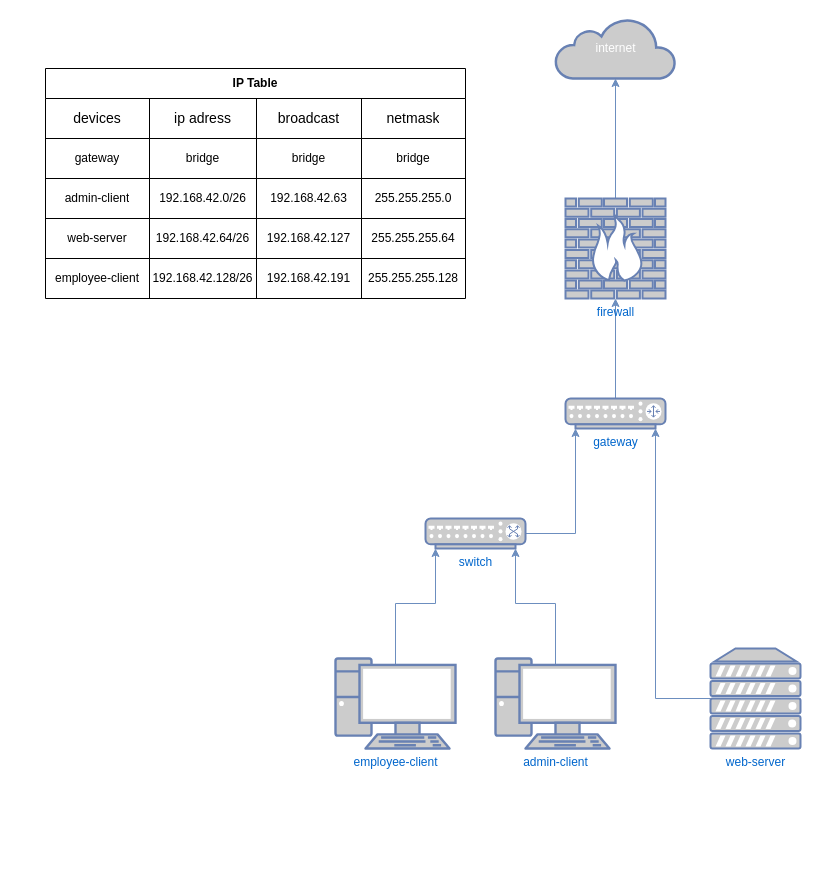
This is youShallNotPass.drawio from LouisRochotte/you_shall_not_pass, a draw.io file, before an edit. Source tidied: cells renumbered, new cells numbered last; positions are measured from the earlier drawing's top-left corner, leaving out a move shared by most shapes. Both pictures are drawn from the tidied source at 100%, with x=0, y=0 at pixel (45, 18).
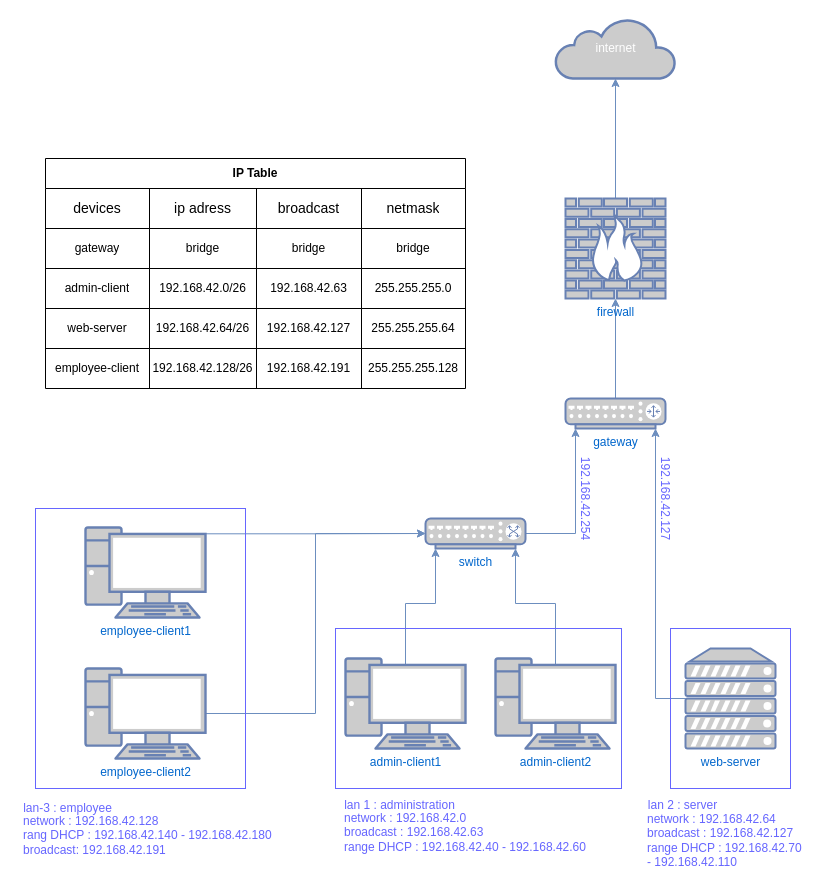
After the change.

Commit message:
màj 1.1 config réseau

Unchanged cells that the change refers to:
```xml
<mxCell id="6" value="switch" style="fontColor=#0066CC;verticalAlign=top;verticalLabelPosition=bottom;labelPosition=center;align=center;html=1;outlineConnect=0;fillColor=#CCCCCC;strokeColor=#6881B3;gradientColor=none;gradientDirection=north;strokeWidth=2;shape=mxgraph.networks.switch;" parent="1" vertex="1">
  <mxGeometry x="380" y="500" width="100" height="30" as="geometry" />
</mxCell>
```

Change to the diagram source:
```diff
@@
-    <mxCell id="2" style="edgeStyle=orthogonalEdgeStyle;rounded=0;jettySize=auto;html=1;exitX=0.5;exitY=0.07;exitDx=0;exitDy=0;exitPerimeter=0;entryX=0.1;entryY=1;entryDx=0;entryDy=0;entryPerimeter=0;fillColor=#dae8fc;strokeColor=#6c8ebf;" parent="1" edge="1" source="3" target="6">
+    <mxCell id="2" style="edgeStyle=orthogonalEdgeStyle;rounded=0;jettySize=auto;html=1;exitX=0.5;exitY=0.07;exitDx=0;exitDy=0;exitPerimeter=0;entryX=0;entryY=0.5;entryDx=0;entryDy=0;entryPerimeter=0;fillColor=#dae8fc;strokeColor=#6c8ebf;" parent="1" edge="1" source="3" target="6">
       <mxGeometry relative="1" as="geometry" />
     </mxCell>
-    <mxCell id="3" value="employee-client&lt;br&gt;" style="fontColor=#0066CC;verticalAlign=top;verticalLabelPosition=bottom;labelPosition=center;align=center;html=1;outlineConnect=0;fillColor=#CCCCCC;strokeColor=#6881B3;gradientColor=none;gradientDirection=north;strokeWidth=2;shape=mxgraph.networks.pc;" parent="1" vertex="1">
-      <mxGeometry x="290" y="640" width="120" height="90" as="geometry" />
+    <mxCell id="3" value="employee-client1" style="fontColor=#0066CC;verticalAlign=top;verticalLabelPosition=bottom;labelPosition=center;align=center;html=1;outlineConnect=0;fillColor=#CCCCCC;strokeColor=#6881B3;gradientColor=none;gradientDirection=north;strokeWidth=2;shape=mxgraph.networks.pc;" parent="1" vertex="1">
+      <mxGeometry x="40" y="509" width="120" height="90" as="geometry" />
     </mxCell>
@@
-    <mxCell id="7" value="admin-client" style="fontColor=#0066CC;verticalAlign=top;verticalLabelPosition=bottom;labelPosition=center;align=center;html=1;outlineConnect=0;fillColor=#CCCCCC;strokeColor=#6881B3;gradientColor=none;gradientDirection=north;strokeWidth=2;shape=mxgraph.networks.pc;" parent="1" vertex="1">
+    <mxCell id="7" value="admin-client2" style="fontColor=#0066CC;verticalAlign=top;verticalLabelPosition=bottom;labelPosition=center;align=center;html=1;outlineConnect=0;fillColor=#CCCCCC;strokeColor=#6881B3;gradientColor=none;gradientDirection=north;strokeWidth=2;shape=mxgraph.networks.pc;" parent="1" vertex="1">
       <mxGeometry x="450" y="640" width="120" height="90" as="geometry" />
     </mxCell>
@@
     <mxCell id="9" value="web-server" style="fontColor=#0066CC;verticalAlign=top;verticalLabelPosition=bottom;labelPosition=center;align=center;html=1;outlineConnect=0;fillColor=#CCCCCC;strokeColor=#6881B3;gradientColor=none;gradientDirection=north;strokeWidth=2;shape=mxgraph.networks.server;" parent="1" vertex="1">
-      <mxGeometry x="665" y="630" width="90" height="100" as="geometry" />
+      <mxGeometry x="640" y="630" width="90" height="100" as="geometry" />
     </mxCell>
@@
+    <mxCell id="41" style="edgeStyle=orthogonalEdgeStyle;rounded=0;jettySize=auto;html=1;entryX=0;entryY=0.5;entryDx=0;entryDy=0;entryPerimeter=0;fillColor=#dae8fc;strokeColor=#6c8ebf;" parent="1" edge="1" source="42" target="6">
+      <mxGeometry relative="1" as="geometry" />
+    </mxCell>
+    <mxCell id="42" value="employee-client2" style="fontColor=#0066CC;verticalAlign=top;verticalLabelPosition=bottom;labelPosition=center;align=center;html=1;outlineConnect=0;fillColor=#CCCCCC;strokeColor=#6881B3;gradientColor=none;gradientDirection=north;strokeWidth=2;shape=mxgraph.networks.pc;" parent="1" vertex="1">
+      <mxGeometry x="40" y="650" width="120" height="90" as="geometry" />
+    </mxCell>
+    <mxCell id="43" style="edgeStyle=orthogonalEdgeStyle;rounded=0;jettySize=auto;html=1;entryX=0.1;entryY=1;entryDx=0;entryDy=0;entryPerimeter=0;exitX=0.5;exitY=0.07;exitDx=0;exitDy=0;exitPerimeter=0;fillColor=#dae8fc;strokeColor=#6c8ebf;" parent="1" edge="1" source="44" target="6">
+      <mxGeometry relative="1" as="geometry" />
+    </mxCell>
+    <mxCell id="44" value="admin-client1" style="fontColor=#0066CC;verticalAlign=top;verticalLabelPosition=bottom;labelPosition=center;align=center;html=1;outlineConnect=0;fillColor=#CCCCCC;strokeColor=#6881B3;gradientColor=none;gradientDirection=north;strokeWidth=2;shape=mxgraph.networks.pc;" parent="1" vertex="1">
+      <mxGeometry x="300" y="640" width="120" height="90" as="geometry" />
+    </mxCell>
+    <mxCell id="45" style="rounded=0;whiteSpace=wrap;html=1;fillColor=none;strokeColor=#6666FF;" parent="1" vertex="1">
+      <mxGeometry x="-10" y="490" width="210" height="280" as="geometry" />
+    </mxCell>
+    <mxCell id="46" value="&lt;font color=&quot;#6666ff&quot;&gt;lan-3 : employee&lt;br&gt;&lt;/font&gt;" style="text;html=1;align=center;verticalAlign=middle;" parent="1" vertex="1">
+      <mxGeometry x="-28" y="780" width="100" height="20" as="geometry" />
+    </mxCell>
+    <mxCell id="47" style="rounded=0;whiteSpace=wrap;html=1;fillColor=none;strokeColor=#6666FF;" parent="1" vertex="1">
+      <mxGeometry x="290" y="610" width="286" height="160" as="geometry" />
+    </mxCell>
+    <mxCell id="48" value="&lt;font color=&quot;#6666ff&quot;&gt;lan 1 : administration&lt;/font&gt;" style="text;html=1;align=center;verticalAlign=middle;" parent="1" vertex="1">
+      <mxGeometry x="289" y="777" width="130" height="20" as="geometry" />
+    </mxCell>
+    <mxCell id="49" style="rounded=0;whiteSpace=wrap;html=1;fillColor=none;strokeColor=#6666FF;" parent="1" vertex="1">
+      <mxGeometry x="625" y="610" width="120" height="160" as="geometry" />
+    </mxCell>
+    <mxCell id="50" value="&lt;font color=&quot;#6666ff&quot;&gt;lan 2 : server&lt;/font&gt;" style="text;html=1;align=center;verticalAlign=middle;" parent="1" vertex="1">
+      <mxGeometry x="597" y="777" width="80" height="20" as="geometry" />
+    </mxCell>
+    <mxCell id="51" value="&lt;font color=&quot;#6666ff&quot;&gt;network : 192.168.42.128&lt;br&gt;rang DHCP : 192.168.42.140 - 192.168.42.180&lt;br&gt;broadcast: 192.168.42.191&lt;/font&gt;" style="text;html=1;align=left;verticalAlign=middle;labelPosition=center;verticalLabelPosition=middle;" parent="1" vertex="1">
+      <mxGeometry x="-24" y="792" width="260" height="50" as="geometry" />
+    </mxCell>
+    <mxCell id="52" value="&lt;font color=&quot;#6666ff&quot;&gt;network : 192.168.42.0&lt;br&gt;broadcast : 192.168.42.63&lt;br&gt;range DHCP : 192.168.42.40 - 192.168.42.60&lt;br&gt;&lt;br&gt;&lt;/font&gt;" style="text;html=1;align=left;verticalAlign=middle;" parent="1" vertex="1">
+      <mxGeometry x="297" y="791" width="260" height="60" as="geometry" />
+    </mxCell>
+    <mxCell id="53" value="&lt;font color=&quot;#6666ff&quot;&gt;network : 192.168.42.64&lt;br&gt;broadcast : 192.168.42.127&lt;br&gt;range DHCP : 192.168.42.70&lt;br&gt;- 192.168.42.110&lt;br&gt;&lt;/font&gt;" style="text;html=1;align=left;verticalAlign=middle;" parent="1" vertex="1">
+      <mxGeometry x="600" y="792" width="170" height="60" as="geometry" />
+    </mxCell>
+    <mxCell id="54" value="&lt;font color=&quot;#6666ff&quot;&gt;192.168.42.254&lt;br&gt;&lt;/font&gt;" style="text;html=1;align=center;verticalAlign=middle;rotation=90;" parent="1" vertex="1">
+      <mxGeometry x="490" y="470" width="100" height="20" as="geometry" />
+    </mxCell>
+    <mxCell id="55" value="&lt;font color=&quot;#6666ff&quot;&gt;192.168.42.127&lt;br&gt;&lt;/font&gt;" style="text;html=1;align=center;verticalAlign=middle;rotation=90;" parent="1" vertex="1">
+      <mxGeometry x="570" y="470" width="100" height="20" as="geometry" />
+    </mxCell>
     <mxCell id="15" value="IP Table" style="shape=table;html=1;whiteSpace=wrap;startSize=30;childLayout=tableLayout;fontStyle=1;align=center;flipV=0;flipH=0;direction=east;" parent="1" vertex="1">
-      <mxGeometry y="50" width="420" height="230" as="geometry" />
+      <mxGeometry y="140" width="420" height="230" as="geometry" />
     </mxCell>
```
